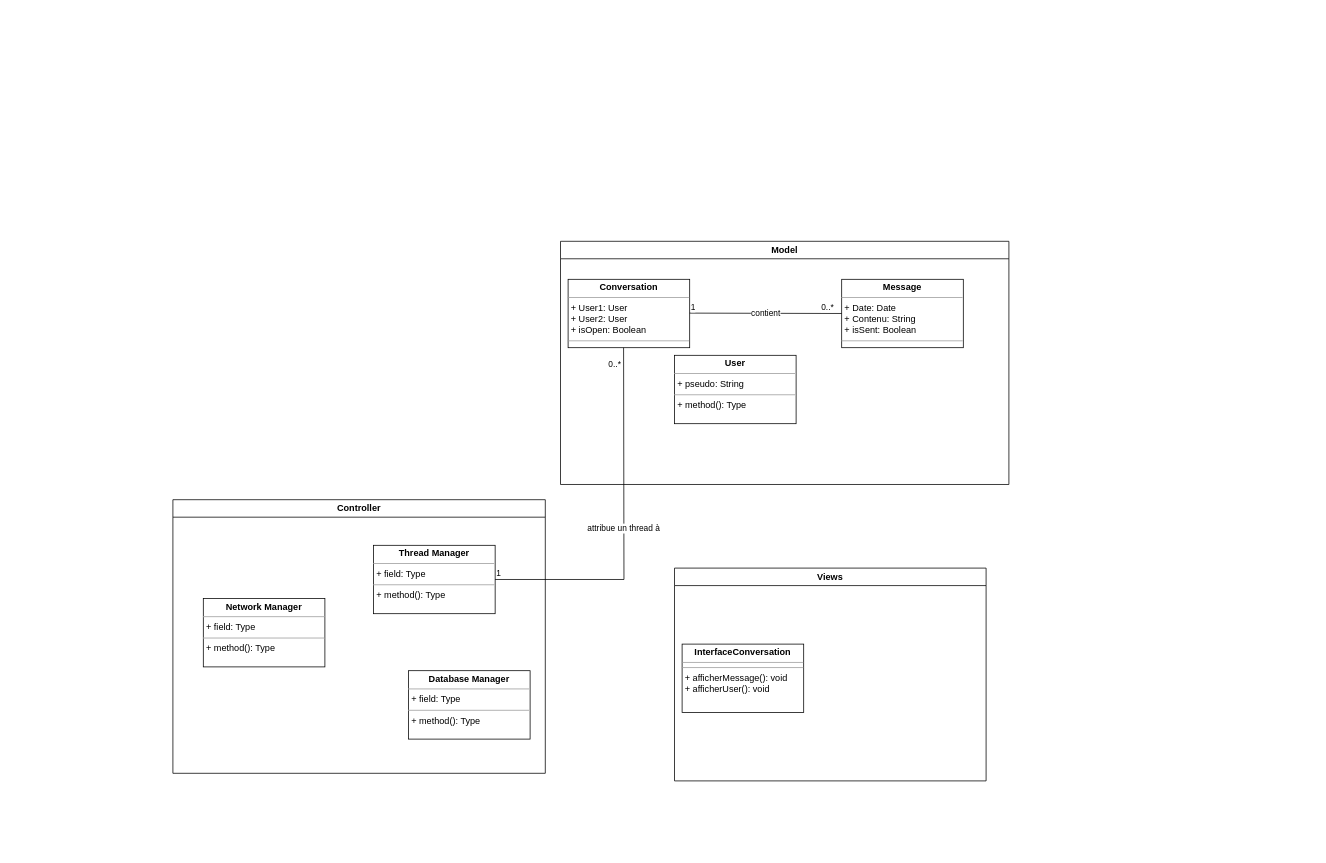
This is Projet/Images/diagramme_de_classe.drawio from Newglear/UF_projet_java, a draw.io file, before an edit. Source tidied: cells renumbered, new cells numbered last; positions are measured from the earlier drawing's top-left corner, leaving out a move shared by most shapes. Both pictures are drawn from the tidied source at 76%, with x=0, y=0 at pixel (173, 241).
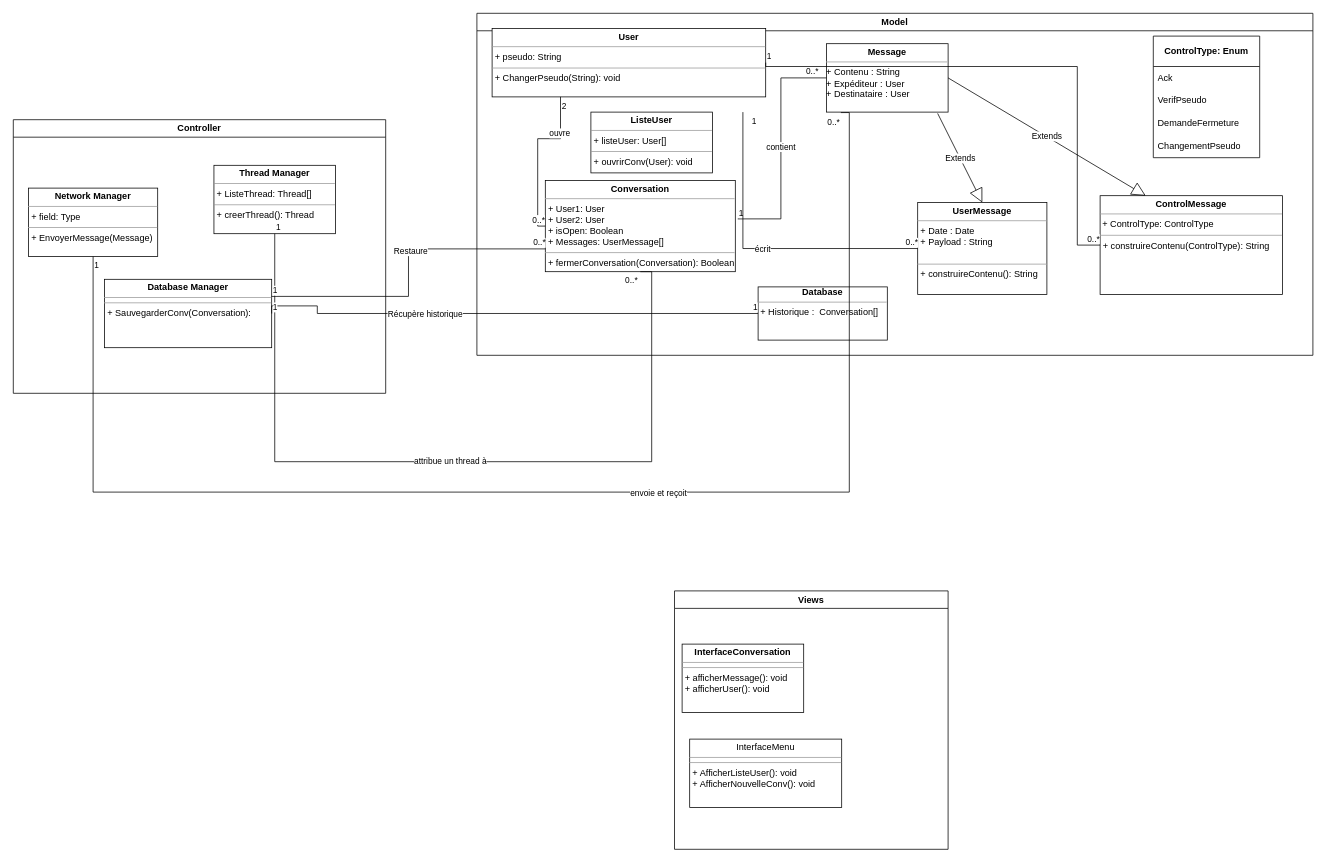
Above is the later version.

Commit message (it also covers changes not shown here):
diagramme de classe

Change to the diagram source:
```diff
@@
     <mxCell id="2" value="&lt;div&gt;Controller&lt;/div&gt;" style="swimlane;whiteSpace=wrap;html=1;" parent="1" vertex="1">
-      <mxGeometry y="340" width="490" height="360" as="geometry" />
+      <mxGeometry x="-210" y="-160" width="490" height="360" as="geometry" />
     </mxCell>
-    <mxCell id="3" value="&lt;p style=&quot;margin:0px;margin-top:4px;text-align:center;&quot;&gt;&lt;b&gt;Thread Manager&lt;br&gt;&lt;/b&gt;&lt;/p&gt;&lt;hr size=&quot;1&quot;&gt;&lt;p style=&quot;margin:0px;margin-left:4px;&quot;&gt;+ field: Type&lt;/p&gt;&lt;hr size=&quot;1&quot;&gt;&lt;p style=&quot;margin:0px;margin-left:4px;&quot;&gt;+ method(): Type&lt;/p&gt;" style="verticalAlign=top;align=left;overflow=fill;fontSize=12;fontFamily=Helvetica;html=1;" parent="2" vertex="1">
+    <mxCell id="3" value="&lt;p style=&quot;margin:0px;margin-top:4px;text-align:center;&quot;&gt;&lt;b&gt;Thread Manager&lt;br&gt;&lt;/b&gt;&lt;/p&gt;&lt;hr size=&quot;1&quot;&gt;&lt;p style=&quot;margin:0px;margin-left:4px;&quot;&gt;+ ListeThread: Thread[] &lt;br&gt;&lt;/p&gt;&lt;hr size=&quot;1&quot;&gt;&lt;p style=&quot;margin:0px;margin-left:4px;&quot;&gt;+ creerThread(): Thread&lt;br&gt;&lt;/p&gt;" style="verticalAlign=top;align=left;overflow=fill;fontSize=12;fontFamily=Helvetica;html=1;" parent="2" vertex="1">
       <mxGeometry x="264" y="60" width="160" height="90" as="geometry" />
     </mxCell>
-    <mxCell id="4" value="&lt;p style=&quot;margin:0px;margin-top:4px;text-align:center;&quot;&gt;&lt;b&gt;Database Manager&lt;br&gt;&lt;/b&gt;&lt;/p&gt;&lt;hr size=&quot;1&quot;&gt;&lt;p style=&quot;margin:0px;margin-left:4px;&quot;&gt;+ field: Type&lt;/p&gt;&lt;hr size=&quot;1&quot;&gt;&lt;p style=&quot;margin:0px;margin-left:4px;&quot;&gt;+ method(): Type&lt;/p&gt;" style="verticalAlign=top;align=left;overflow=fill;fontSize=12;fontFamily=Helvetica;html=1;" parent="2" vertex="1">
-      <mxGeometry x="310" y="225" width="160" height="90" as="geometry" />
+    <mxCell id="4" value="&lt;p style=&quot;margin:0px;margin-top:4px;text-align:center;&quot;&gt;&lt;b&gt;Database Manager&lt;br&gt;&lt;/b&gt;&lt;/p&gt;&lt;hr size=&quot;1&quot;&gt;&lt;hr size=&quot;1&quot;&gt;&lt;p style=&quot;margin:0px;margin-left:4px;&quot;&gt;+ SauvegarderConv(Conversation): &lt;br&gt;&lt;/p&gt;" style="verticalAlign=top;align=left;overflow=fill;fontSize=12;fontFamily=Helvetica;html=1;" parent="2" vertex="1">
+      <mxGeometry x="120" y="210" width="220" height="90" as="geometry" />
     </mxCell>
-    <mxCell id="5" value="&lt;p style=&quot;margin:0px;margin-top:4px;text-align:center;&quot;&gt;&lt;b&gt;Network Manager&lt;br&gt;&lt;/b&gt;&lt;/p&gt;&lt;hr size=&quot;1&quot;&gt;&lt;p style=&quot;margin:0px;margin-left:4px;&quot;&gt;+ field: Type&lt;/p&gt;&lt;hr size=&quot;1&quot;&gt;&lt;p style=&quot;margin:0px;margin-left:4px;&quot;&gt;+ method(): Type&lt;/p&gt;" style="verticalAlign=top;align=left;overflow=fill;fontSize=12;fontFamily=Helvetica;html=1;" parent="2" vertex="1">
-      <mxGeometry x="40" y="130" width="160" height="90" as="geometry" />
+    <mxCell id="5" value="&lt;p style=&quot;margin:0px;margin-top:4px;text-align:center;&quot;&gt;&lt;b&gt;Network Manager&lt;br&gt;&lt;/b&gt;&lt;/p&gt;&lt;hr size=&quot;1&quot;&gt;&lt;p style=&quot;margin:0px;margin-left:4px;&quot;&gt;+ field: Type&lt;/p&gt;&lt;hr size=&quot;1&quot;&gt;&lt;p style=&quot;margin:0px;margin-left:4px;&quot;&gt;+ EnvoyerMessage(Message)&lt;/p&gt;&lt;p style=&quot;margin:0px;margin-left:4px;&quot;&gt;&lt;br&gt;&lt;/p&gt;&lt;p style=&quot;margin:0px;margin-left:4px;&quot;&gt;&lt;br&gt;&lt;/p&gt;" style="verticalAlign=top;align=left;overflow=fill;fontSize=12;fontFamily=Helvetica;html=1;" parent="2" vertex="1">
+      <mxGeometry x="20" y="90" width="170" height="90" as="geometry" />
     </mxCell>
     <mxCell id="6" value="&lt;div&gt;Views&lt;/div&gt;" style="swimlane;whiteSpace=wrap;html=1;" parent="1" vertex="1">
-      <mxGeometry x="660" y="430" width="410" height="280" as="geometry" />
+      <mxGeometry x="660" y="460" width="360" height="340" as="geometry" />
     </mxCell>
+    <mxCell id="18" value="&lt;p style=&quot;margin:0px;margin-top:4px;text-align:center;&quot;&gt;InterfaceMenu&lt;br&gt;&lt;/p&gt;&lt;hr size=&quot;1&quot;&gt;&lt;hr size=&quot;1&quot;&gt;&lt;p style=&quot;margin:0px;margin-left:4px;&quot;&gt;+ AfficherListeUser(): void&lt;/p&gt;&lt;p style=&quot;margin:0px;margin-left:4px;&quot;&gt;+ AfficherNouvelleConv(): void&lt;br&gt;&lt;/p&gt;" style="verticalAlign=top;align=left;overflow=fill;fontSize=12;fontFamily=Helvetica;html=1;" parent="6" vertex="1">
+      <mxGeometry x="20" y="195" width="200" height="90" as="geometry" />
+    </mxCell>
     <mxCell id="7" value="&lt;div&gt;Model&lt;/div&gt;" style="swimlane;whiteSpace=wrap;html=1;" parent="1" vertex="1">
-      <mxGeometry x="510" width="590" height="320" as="geometry" />
+      <mxGeometry x="400" y="-300" width="1100" height="450" as="geometry" />
     </mxCell>
-    <mxCell id="8" value="&lt;p style=&quot;margin:0px;margin-top:4px;text-align:center;&quot;&gt;&lt;b&gt;Message&lt;/b&gt;&lt;br&gt;&lt;/p&gt;&lt;hr size=&quot;1&quot;&gt;&lt;p style=&quot;margin:0px;margin-left:4px;&quot;&gt;+ Date: Date&lt;/p&gt;&lt;p style=&quot;margin:0px;margin-left:4px;&quot;&gt;+ Contenu: String&lt;/p&gt;&lt;p style=&quot;margin:0px;margin-left:4px;&quot;&gt;+ isSent: Boolean&lt;br&gt;&lt;/p&gt;&lt;hr size=&quot;1&quot;&gt;" style="verticalAlign=top;align=left;overflow=fill;fontSize=12;fontFamily=Helvetica;html=1;" parent="7" vertex="1">
-      <mxGeometry x="370" y="50" width="160" height="90" as="geometry" />
+    <mxCell id="8" value="&lt;p style=&quot;margin:0px;margin-top:4px;text-align:center;&quot;&gt;&lt;b&gt;Message&lt;/b&gt;&lt;br&gt;&lt;/p&gt;&lt;hr size=&quot;1&quot;&gt;&lt;div&gt;+ Contenu : String &lt;br&gt;&lt;/div&gt;&lt;div&gt;+ Expéditeur : User&lt;/div&gt;&lt;div&gt;+ Destinataire : User&lt;br&gt;&lt;/div&gt;" style="verticalAlign=top;align=left;overflow=fill;fontSize=12;fontFamily=Helvetica;html=1;" parent="7" vertex="1">
+      <mxGeometry x="460" y="40" width="160" height="90" as="geometry" />
     </mxCell>
-    <mxCell id="9" value="&lt;p style=&quot;margin:0px;margin-top:4px;text-align:center;&quot;&gt;&lt;b&gt;Conversation&lt;/b&gt;&lt;/p&gt;&lt;hr size=&quot;1&quot;&gt;&lt;p style=&quot;margin:0px;margin-left:4px;&quot;&gt;+ User1: User&lt;/p&gt;&lt;p style=&quot;margin:0px;margin-left:4px;&quot;&gt;+ User2: User&lt;/p&gt;&lt;p style=&quot;margin:0px;margin-left:4px;&quot;&gt;+ isOpen: Boolean&lt;br&gt;&lt;/p&gt;&lt;hr size=&quot;1&quot;&gt;&lt;p style=&quot;margin:0px;margin-left:4px;&quot;&gt;&lt;br&gt;&lt;/p&gt;" style="verticalAlign=top;align=left;overflow=fill;fontSize=12;fontFamily=Helvetica;html=1;" parent="7" vertex="1">
-      <mxGeometry x="10" y="50" width="160" height="90" as="geometry" />
+    <mxCell id="9" value="&lt;p style=&quot;margin:0px;margin-top:4px;text-align:center;&quot;&gt;&lt;b&gt;Conversation&lt;/b&gt;&lt;/p&gt;&lt;hr size=&quot;1&quot;&gt;&lt;p style=&quot;margin:0px;margin-left:4px;&quot;&gt;+ User1: User&lt;/p&gt;&lt;p style=&quot;margin:0px;margin-left:4px;&quot;&gt;+ User2: User&lt;/p&gt;&lt;p style=&quot;margin:0px;margin-left:4px;&quot;&gt;+ isOpen: Boolean&lt;/p&gt;&lt;p style=&quot;margin:0px;margin-left:4px;&quot;&gt;+ Messages: UserMessage[]&lt;br&gt;&lt;/p&gt;&lt;hr size=&quot;1&quot;&gt;&lt;p style=&quot;margin:0px;margin-left:4px;&quot;&gt;+ fermerConversation(Conversation): Boolean&lt;/p&gt;" style="verticalAlign=top;align=left;overflow=fill;fontSize=12;fontFamily=Helvetica;html=1;" parent="7" vertex="1">
+      <mxGeometry x="90" y="220" width="250" height="120" as="geometry" />
     </mxCell>
-    <mxCell id="10" value="contient" style="endArrow=none;html=1;edgeStyle=orthogonalEdgeStyle;rounded=0;entryX=0;entryY=0.5;entryDx=0;entryDy=0;" parent="7" edge="1" target="8">
-      <mxGeometry relative="1" as="geometry">
-        <mxPoint x="170" y="94.5" as="sourcePoint" />
-      </mxGeometry>
+    <mxCell id="10" value="contient" style="endArrow=none;html=1;edgeStyle=orthogonalEdgeStyle;rounded=0;entryX=0;entryY=0.5;entryDx=0;entryDy=0;exitX=1.013;exitY=0.421;exitDx=0;exitDy=0;exitPerimeter=0;" parent="7" edge="1" source="9" target="8">
+      <mxGeometry relative="1" as="geometry" />
     </mxCell>
@@
+    <mxCell id="17" value="&lt;p style=&quot;margin:0px;margin-top:4px;text-align:center;&quot;&gt;&lt;b&gt;User&lt;/b&gt;&lt;/p&gt;&lt;hr size=&quot;1&quot;&gt;&lt;p style=&quot;margin:0px;margin-left:4px;&quot;&gt;+ pseudo: String&lt;/p&gt;&lt;hr size=&quot;1&quot;&gt;&lt;p style=&quot;margin:0px;margin-left:4px;&quot;&gt;+ ChangerPseudo(String): void&lt;br&gt;&lt;/p&gt;" style="verticalAlign=top;align=left;overflow=fill;fontSize=12;fontFamily=Helvetica;html=1;" parent="7" vertex="1">
+      <mxGeometry x="20" y="20" width="360" height="90" as="geometry" />
+    </mxCell>
+    <mxCell id="19" style="endArrow=none;html=1;edgeStyle=orthogonalEdgeStyle;rounded=0;entryX=0;entryY=0.5;entryDx=0;entryDy=0;exitX=0.25;exitY=1;exitDx=0;exitDy=0;" parent="7" edge="1" source="17" target="9">
+      <mxGeometry relative="1" as="geometry" />
+    </mxCell>
+    <mxCell id="20" value="2" style="edgeLabel;html=1;align=left;verticalAlign=bottom;" parent="19" vertex="1">
+      <mxGeometry x="-1" relative="1" as="geometry">
+        <mxPoint y="20" as="offset" />
+      </mxGeometry>
+    </mxCell>
+    <mxCell id="21" value="0..*" style="edgeLabel;html=1;align=right;verticalAlign=bottom;" parent="19" vertex="1">
+      <mxGeometry x="1" relative="1" as="geometry" />
+    </mxCell>
+    <mxCell id="22" value="ouvre" style="edgeLabel;html=1;align=center;verticalAlign=middle;" parent="19" vertex="1">
+      <mxGeometry x="-0.56" y="-2" relative="1" as="geometry">
+        <mxPoint y="1" as="offset" />
+      </mxGeometry>
+    </mxCell>
+    <mxCell id="23" value="&lt;p style=&quot;margin:0px;margin-top:4px;text-align:center;&quot;&gt;&lt;b&gt;UserMessage&lt;/b&gt;&lt;br&gt;&lt;/p&gt;&lt;hr size=&quot;1&quot;&gt;&lt;p style=&quot;margin:0px;margin-left:4px;&quot;&gt;+ Date : Date &lt;br&gt;&lt;/p&gt;&lt;p style=&quot;margin:0px;margin-left:4px;&quot;&gt;+ Payload : String&lt;/p&gt;&lt;p style=&quot;margin:0px;margin-left:4px;&quot;&gt;&lt;br&gt;&lt;/p&gt;&lt;hr size=&quot;1&quot;&gt;&lt;p style=&quot;margin:0px;margin-left:4px;&quot;&gt;+ construireContenu(): String&lt;br&gt;&lt;/p&gt;" style="verticalAlign=top;align=left;overflow=fill;fontSize=12;fontFamily=Helvetica;html=1;" parent="7" vertex="1">
+      <mxGeometry x="580" y="249" width="170" height="121" as="geometry" />
+    </mxCell>
+    <mxCell id="24" value="Extends" style="endArrow=block;endSize=16;endFill=0;html=1;rounded=0;entryX=0.5;entryY=0;entryDx=0;entryDy=0;exitX=0.914;exitY=1.019;exitDx=0;exitDy=0;exitPerimeter=0;" parent="7" edge="1" source="8" target="23">
+      <mxGeometry relative="1" as="geometry" />
+    </mxCell>
+    <mxCell id="25" value="écrit" style="endArrow=none;html=1;edgeStyle=orthogonalEdgeStyle;rounded=0;entryX=0;entryY=0.5;entryDx=0;entryDy=0;" parent="7" edge="1" target="23">
+      <mxGeometry relative="1" as="geometry">
+        <mxPoint x="350" y="130" as="sourcePoint" />
+        <Array as="points">
+          <mxPoint x="350" y="130" />
+          <mxPoint x="350" y="309" />
+        </Array>
+      </mxGeometry>
+    </mxCell>
+    <mxCell id="26" value="1" style="edgeLabel;html=1;align=left;verticalAlign=bottom;" parent="25" vertex="1">
+      <mxGeometry x="-1" relative="1" as="geometry">
+        <mxPoint x="10" y="20" as="offset" />
+      </mxGeometry>
+    </mxCell>
+    <mxCell id="27" value="0..*" style="edgeLabel;html=1;align=right;verticalAlign=bottom;" parent="25" vertex="1">
+      <mxGeometry x="1" relative="1" as="geometry" />
+    </mxCell>
+    <mxCell id="28" value="&lt;p style=&quot;margin:0px;margin-top:4px;text-align:center;&quot;&gt;&lt;b&gt;ControlMessage&lt;/b&gt;&lt;br&gt;&lt;/p&gt;&lt;hr size=&quot;1&quot;&gt;&amp;nbsp;+ ControlType: ControlType&lt;br&gt;&lt;hr size=&quot;1&quot;&gt;&lt;p style=&quot;margin:0px;margin-left:4px;&quot;&gt;+ construireContenu(ControlType): String&lt;br&gt;&lt;/p&gt;" style="verticalAlign=top;align=left;overflow=fill;fontSize=12;fontFamily=Helvetica;html=1;" parent="7" vertex="1">
+      <mxGeometry x="820" y="240" width="240" height="130" as="geometry" />
+    </mxCell>
+    <mxCell id="29" value="&lt;b&gt;ControlType: Enum&lt;/b&gt;" style="swimlane;fontStyle=0;horizontal=1;startSize=40;whiteSpace=wrap;html=1;" parent="7" vertex="1">
+      <mxGeometry x="890" y="30" width="140" height="160" as="geometry" />
+    </mxCell>
+    <mxCell id="30" value="Ack " style="text;strokeColor=none;fillColor=none;align=left;verticalAlign=middle;spacingLeft=4;spacingRight=4;overflow=hidden;whiteSpace=wrap;html=1;" parent="29" vertex="1">
+      <mxGeometry y="40" width="140" height="30" as="geometry" />
+    </mxCell>
+    <mxCell id="31" value="VerifPseudo" style="text;strokeColor=none;fillColor=none;align=left;verticalAlign=middle;spacingLeft=4;spacingRight=4;overflow=hidden;whiteSpace=wrap;html=1;" parent="29" vertex="1">
+      <mxGeometry y="70" width="140" height="30" as="geometry" />
+    </mxCell>
+    <mxCell id="32" value="DemandeFermeture" style="text;strokeColor=none;fillColor=none;align=left;verticalAlign=middle;spacingLeft=4;spacingRight=4;overflow=hidden;whiteSpace=wrap;html=1;" parent="29" vertex="1">
+      <mxGeometry y="100" width="140" height="30" as="geometry" />
+    </mxCell>
+    <mxCell id="33" value="ChangementPseudo" style="text;strokeColor=none;fillColor=none;align=left;verticalAlign=middle;spacingLeft=4;spacingRight=4;overflow=hidden;whiteSpace=wrap;html=1;" parent="29" vertex="1">
+      <mxGeometry y="130" width="140" height="30" as="geometry" />
+    </mxCell>
+    <mxCell id="34" value="Extends" style="endArrow=block;endSize=16;endFill=0;html=1;rounded=0;entryX=0.25;entryY=0;entryDx=0;entryDy=0;exitX=1;exitY=0.5;exitDx=0;exitDy=0;" parent="7" edge="1" source="8" target="28">
+      <mxGeometry relative="1" as="geometry" />
+    </mxCell>
+    <mxCell id="35" value="&lt;div align=&quot;center&quot;&gt;&lt;b&gt;Database&lt;/b&gt;&lt;br&gt;&lt;/div&gt;&lt;hr size=&quot;1&quot;&gt;&amp;nbsp;+ Historique :&amp;nbsp; Conversation[]&lt;br&gt;&lt;p style=&quot;margin:0px;margin-left:4px;&quot;&gt;&lt;br&gt;&lt;/p&gt;" style="verticalAlign=top;align=left;overflow=fill;fontSize=12;fontFamily=Helvetica;html=1;" parent="7" vertex="1">
+      <mxGeometry x="370" y="360" width="170" height="70" as="geometry" />
+    </mxCell>
+    <mxCell id="36" style="endArrow=none;html=1;edgeStyle=orthogonalEdgeStyle;rounded=0;entryX=0;entryY=0.5;entryDx=0;entryDy=0;exitX=1;exitY=0.5;exitDx=0;exitDy=0;" parent="7" edge="1" source="17" target="28">
+      <mxGeometry relative="1" as="geometry">
+        <Array as="points">
+          <mxPoint x="380" y="70" />
+          <mxPoint x="790" y="70" />
+          <mxPoint x="790" y="305" />
+        </Array>
+      </mxGeometry>
+    </mxCell>
+    <mxCell id="37" value="1" style="edgeLabel;html=1;align=left;verticalAlign=bottom;" parent="36" vertex="1">
+      <mxGeometry x="-1" relative="1" as="geometry" />
+    </mxCell>
+    <mxCell id="38" value="0..*" style="edgeLabel;html=1;align=right;verticalAlign=bottom;" parent="36" vertex="1">
+      <mxGeometry x="1" relative="1" as="geometry" />
+    </mxCell>
+    <mxCell id="39" value="&lt;p style=&quot;margin:0px;margin-top:4px;text-align:center;&quot;&gt;&lt;b&gt;ListeUser&lt;/b&gt;&lt;br&gt;&lt;/p&gt;&lt;hr size=&quot;1&quot;&gt;&lt;p style=&quot;margin:0px;margin-left:4px;&quot;&gt;+ listeUser: User[]&lt;br&gt;&lt;/p&gt;&lt;hr size=&quot;1&quot;&gt;&lt;p style=&quot;margin:0px;margin-left:4px;&quot;&gt;+ ouvrirConv(User): void&lt;br&gt;&lt;/p&gt;" style="verticalAlign=top;align=left;overflow=fill;fontSize=12;fontFamily=Helvetica;html=1;" parent="7" vertex="1">
+      <mxGeometry x="150" y="130" width="160" height="80" as="geometry" />
+    </mxCell>
-    <mxCell id="13" value="attribue un thread à" style="endArrow=none;html=1;edgeStyle=orthogonalEdgeStyle;rounded=0;exitX=1;exitY=0.5;exitDx=0;exitDy=0;" parent="1" edge="1" source="3">
+    <mxCell id="13" value="attribue un thread à" style="endArrow=none;html=1;edgeStyle=orthogonalEdgeStyle;rounded=0;exitX=0.5;exitY=1;exitDx=0;exitDy=0;entryX=0.5;entryY=1;entryDx=0;entryDy=0;" parent="1" edge="1" source="3" target="9">
       <mxGeometry relative="1" as="geometry">
-        <mxPoint x="593" y="140" as="targetPoint" />
+        <Array as="points">
+          <mxPoint x="134" y="290" />
+          <mxPoint x="630" y="290" />
+        </Array>
       </mxGeometry>
     </mxCell>
@@
     <mxCell id="15" value="0..*" style="edgeLabel;html=1;align=right;verticalAlign=bottom;" parent="13" vertex="1">
       <mxGeometry x="1" relative="1" as="geometry">
-        <mxPoint x="-3" y="30" as="offset" />
+        <mxPoint x="-3" y="20" as="offset" />
       </mxGeometry>
     </mxCell>
@@
-    <mxCell id="17" value="&lt;p style=&quot;margin:0px;margin-top:4px;text-align:center;&quot;&gt;&lt;b&gt;User&lt;/b&gt;&lt;/p&gt;&lt;hr size=&quot;1&quot;&gt;&lt;p style=&quot;margin:0px;margin-left:4px;&quot;&gt;+ pseudo: String&lt;/p&gt;&lt;hr size=&quot;1&quot;&gt;&lt;p style=&quot;margin:0px;margin-left:4px;&quot;&gt;+ method(): Type&lt;/p&gt;" style="verticalAlign=top;align=left;overflow=fill;fontSize=12;fontFamily=Helvetica;html=1;" parent="1" vertex="1">
-      <mxGeometry x="660" y="150" width="160" height="90" as="geometry" />
-    </mxCell>
+    <mxCell id="40" style="endArrow=none;html=1;edgeStyle=orthogonalEdgeStyle;rounded=0;entryX=0.118;entryY=1.007;entryDx=0;entryDy=0;exitX=0.5;exitY=1;exitDx=0;exitDy=0;entryPerimeter=0;" parent="1" edge="1" source="5" target="8">
+      <mxGeometry relative="1" as="geometry">
+        <Array as="points">
+          <mxPoint x="-105" y="330" />
+          <mxPoint x="890" y="330" />
+          <mxPoint x="890" y="-169" />
+        </Array>
+      </mxGeometry>
+    </mxCell>
+    <mxCell id="41" value="1" style="edgeLabel;html=1;align=left;verticalAlign=bottom;" parent="40" vertex="1">
+      <mxGeometry x="-1" relative="1" as="geometry">
+        <mxPoint y="20" as="offset" />
+      </mxGeometry>
+    </mxCell>
+    <mxCell id="42" value="0..*" style="edgeLabel;html=1;align=right;verticalAlign=bottom;" parent="40" vertex="1">
+      <mxGeometry x="1" relative="1" as="geometry">
+        <mxPoint y="21" as="offset" />
+      </mxGeometry>
+    </mxCell>
+    <mxCell id="43" value="envoie et reçoit" style="edgeLabel;html=1;align=center;verticalAlign=middle;" parent="40" vertex="1">
+      <mxGeometry x="0.16" y="-1" relative="1" as="geometry" />
+    </mxCell>
+    <mxCell id="44" style="endArrow=none;html=1;edgeStyle=orthogonalEdgeStyle;rounded=0;entryX=0;entryY=0.5;entryDx=0;entryDy=0;exitX=1;exitY=0.5;exitDx=0;exitDy=0;" parent="1" edge="1" source="4" target="35">
+      <mxGeometry relative="1" as="geometry">
+        <Array as="points">
+          <mxPoint x="190" y="85" />
+          <mxPoint x="190" y="95" />
+        </Array>
+      </mxGeometry>
+    </mxCell>
+    <mxCell id="45" value="1" style="edgeLabel;html=1;align=left;verticalAlign=bottom;" parent="44" vertex="1">
+      <mxGeometry x="-1" relative="1" as="geometry" />
+    </mxCell>
+    <mxCell id="46" value="1" style="edgeLabel;html=1;align=right;verticalAlign=bottom;" parent="44" vertex="1">
+      <mxGeometry x="1" relative="1" as="geometry" />
+    </mxCell>
+    <mxCell id="47" value="Récupère historique" style="edgeLabel;html=1;align=center;verticalAlign=middle;" parent="44" vertex="1">
+      <mxGeometry x="-0.33" relative="1" as="geometry" />
+    </mxCell>
+    <mxCell id="48" style="endArrow=none;html=1;edgeStyle=orthogonalEdgeStyle;rounded=0;exitX=1;exitY=0.25;exitDx=0;exitDy=0;entryX=0;entryY=0.75;entryDx=0;entryDy=0;" parent="1" edge="1" source="4" target="9">
+      <mxGeometry relative="1" as="geometry" />
+    </mxCell>
+    <mxCell id="49" value="1" style="edgeLabel;html=1;align=left;verticalAlign=bottom;" parent="48" vertex="1">
+      <mxGeometry x="-1" relative="1" as="geometry" />
+    </mxCell>
+    <mxCell id="50" value="0..*" style="edgeLabel;html=1;align=right;verticalAlign=bottom;" parent="48" vertex="1">
+      <mxGeometry x="1" relative="1" as="geometry" />
+    </mxCell>
+    <mxCell id="51" value="Restaure" style="edgeLabel;html=1;align=center;verticalAlign=middle;" parent="48" vertex="1">
+      <mxGeometry x="0.16" y="-2" relative="1" as="geometry" />
+    </mxCell>
```
